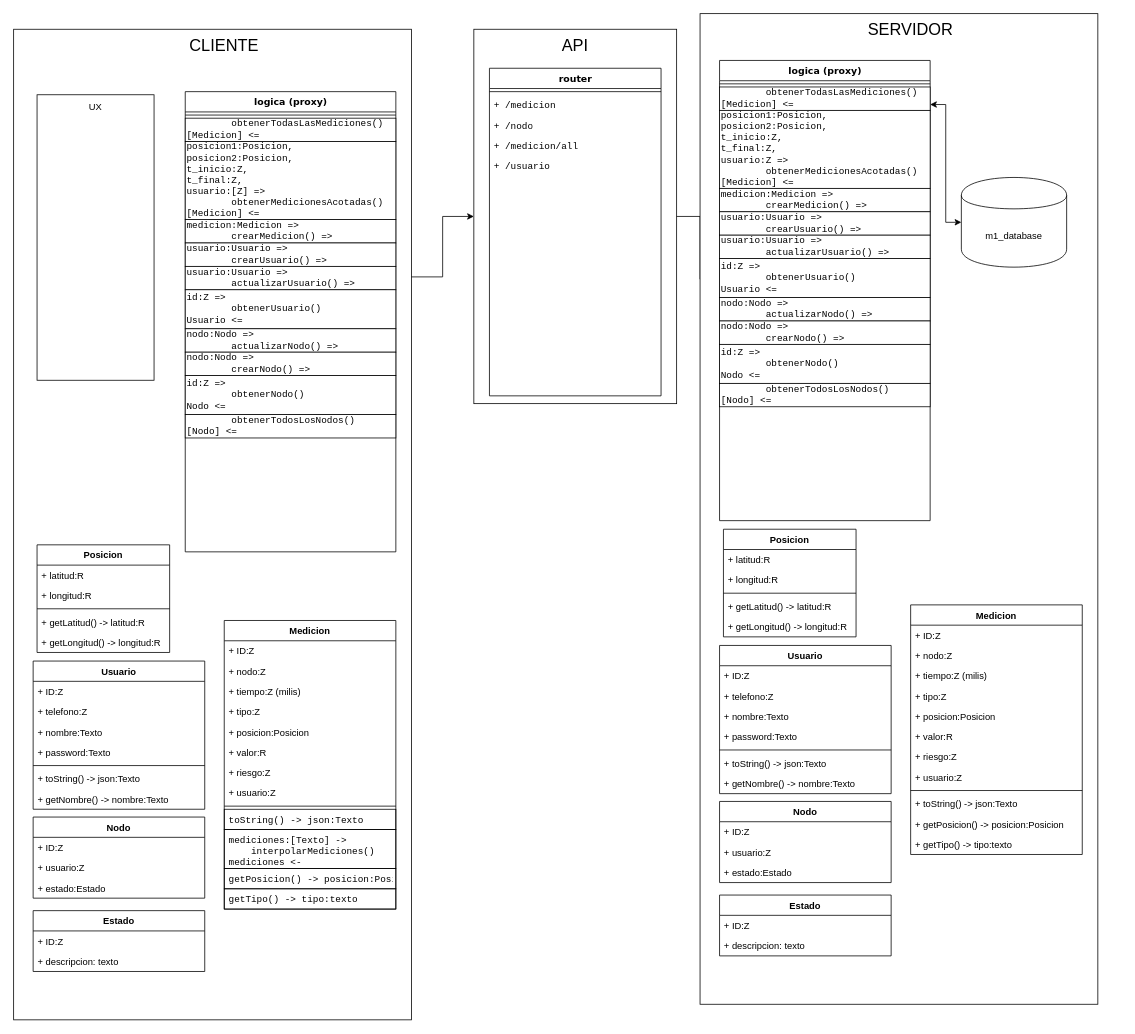
Earlier version of the draw.io diagram docs/API_M1.drawio (pdepau/TerrenoEco_Backend). Source tidied: cells renumbered, new cells numbered last; positions are measured from the earlier drawing's top-left corner, leaving out a move shared by most shapes. Both pictures are drawn from the tidied source at 78%, with x=0, y=0 at pixel (13, 13).
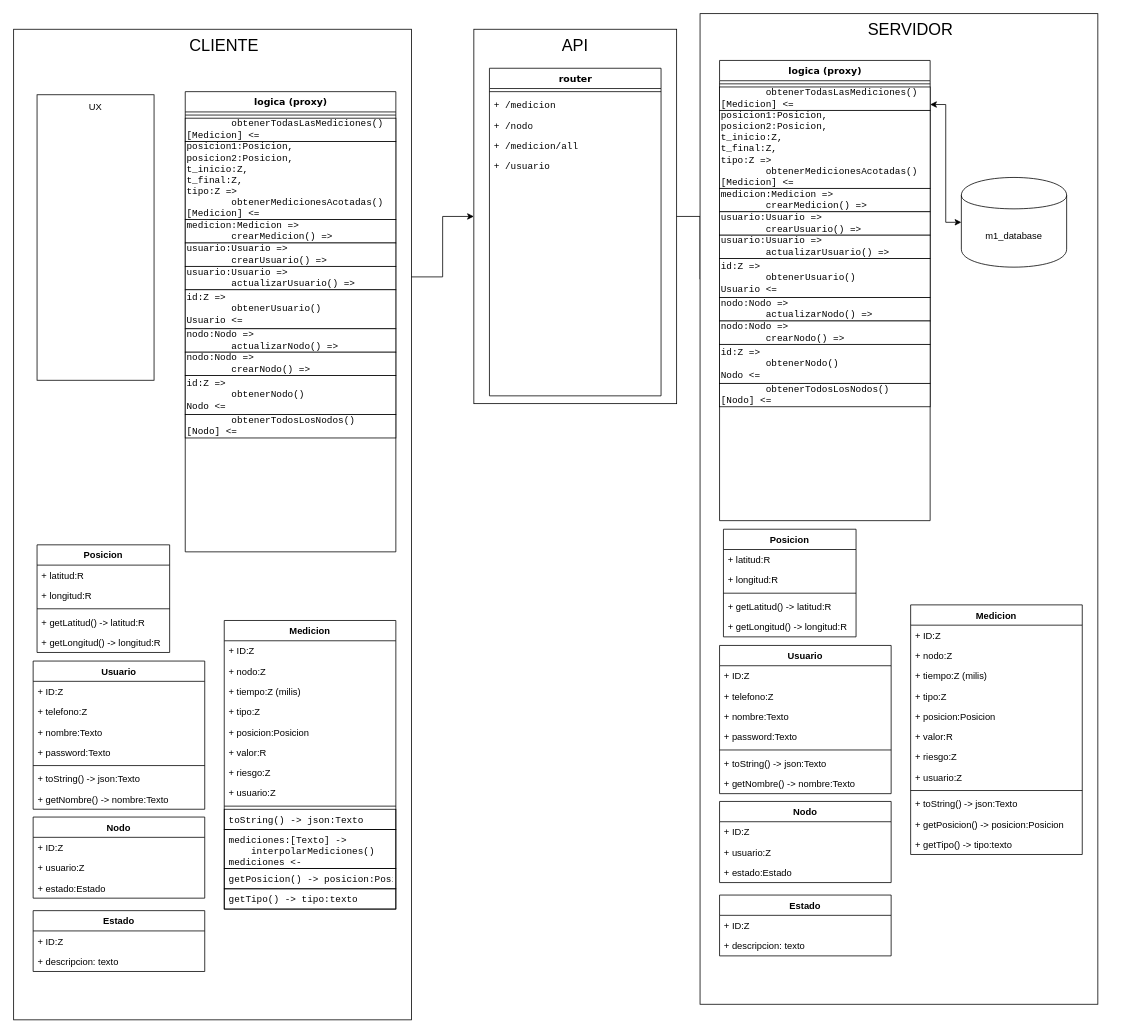
The same page after the edit.

The change refers to these unchanged cells:
```xml
<mxCell id="5" value="logica (proxy)" style="swimlane;html=1;fontStyle=1;align=center;verticalAlign=top;horizontal=1;startSize=26;swimlaneFillColor=#ffffff;rounded=0;shadow=0;comic=0;labelBackgroundColor=none;strokeWidth=1;fillColor=none;fontFamily=Verdana;fontSize=12;" parent="2" vertex="1">
  <mxGeometry x="190" y="80" width="270" height="590" as="geometry" />
</mxCell>
<mxCell id="68" value="logica (proxy)" style="swimlane;html=1;fontStyle=1;align=center;verticalAlign=top;horizontal=1;startSize=26;swimlaneFillColor=#ffffff;rounded=0;shadow=0;comic=0;labelBackgroundColor=none;strokeWidth=1;fillColor=none;fontFamily=Verdana;fontSize=12;" parent="65" vertex="1">
  <mxGeometry x="-5" y="60" width="270" height="590" as="geometry" />
</mxCell>
```

Change to the diagram source:
```diff
@@
-    <mxCell id="8" value="posicion1:Posicion,&lt;br&gt;posicion2:Posicion,&lt;br&gt;t_inicio:Z,&lt;br&gt;t_final:Z,&lt;br&gt;usuario:[Z] =&amp;gt;&lt;br&gt;&amp;nbsp; &amp;nbsp; &amp;nbsp; &amp;nbsp; obtenerMedicionesAcotadas()&lt;br&gt;[Medicion] &amp;lt;=" style="rounded=0;whiteSpace=wrap;html=1;fontFamily=Courier New;align=left;" parent="5" vertex="1">
+    <mxCell id="8" value="posicion1:Posicion,&lt;br&gt;posicion2:Posicion,&lt;br&gt;t_inicio:Z,&lt;br&gt;t_final:Z,&lt;br&gt;tipo:Z =&amp;gt;&lt;br&gt;&amp;nbsp; &amp;nbsp; &amp;nbsp; &amp;nbsp; obtenerMedicionesAcotadas()&lt;br&gt;[Medicion] &amp;lt;=" style="rounded=0;whiteSpace=wrap;html=1;fontFamily=Courier New;align=left;" parent="5" vertex="1">
       <mxGeometry y="64" width="270" height="100" as="geometry" />
     </mxCell>
@@
-    <mxCell id="71" value="posicion1:Posicion,&lt;br&gt;posicion2:Posicion,&lt;br&gt;t_inicio:Z,&lt;br&gt;t_final:Z,&lt;br&gt;usuario:Z =&amp;gt;&lt;br&gt;&amp;nbsp; &amp;nbsp; &amp;nbsp; &amp;nbsp; obtenerMedicionesAcotadas()&lt;br&gt;[Medicion] &amp;lt;=" style="rounded=0;whiteSpace=wrap;html=1;fontFamily=Courier New;align=left;" parent="68" vertex="1">
+    <mxCell id="71" value="posicion1:Posicion,&lt;br&gt;posicion2:Posicion,&lt;br&gt;t_inicio:Z,&lt;br&gt;t_final:Z,&lt;br&gt;tipo:Z =&amp;gt;&lt;br&gt;&amp;nbsp; &amp;nbsp; &amp;nbsp; &amp;nbsp; obtenerMedicionesAcotadas()&lt;br&gt;[Medicion] &amp;lt;=" style="rounded=0;whiteSpace=wrap;html=1;fontFamily=Courier New;align=left;" parent="68" vertex="1">
       <mxGeometry y="64" width="270" height="100" as="geometry" />
     </mxCell>
```
